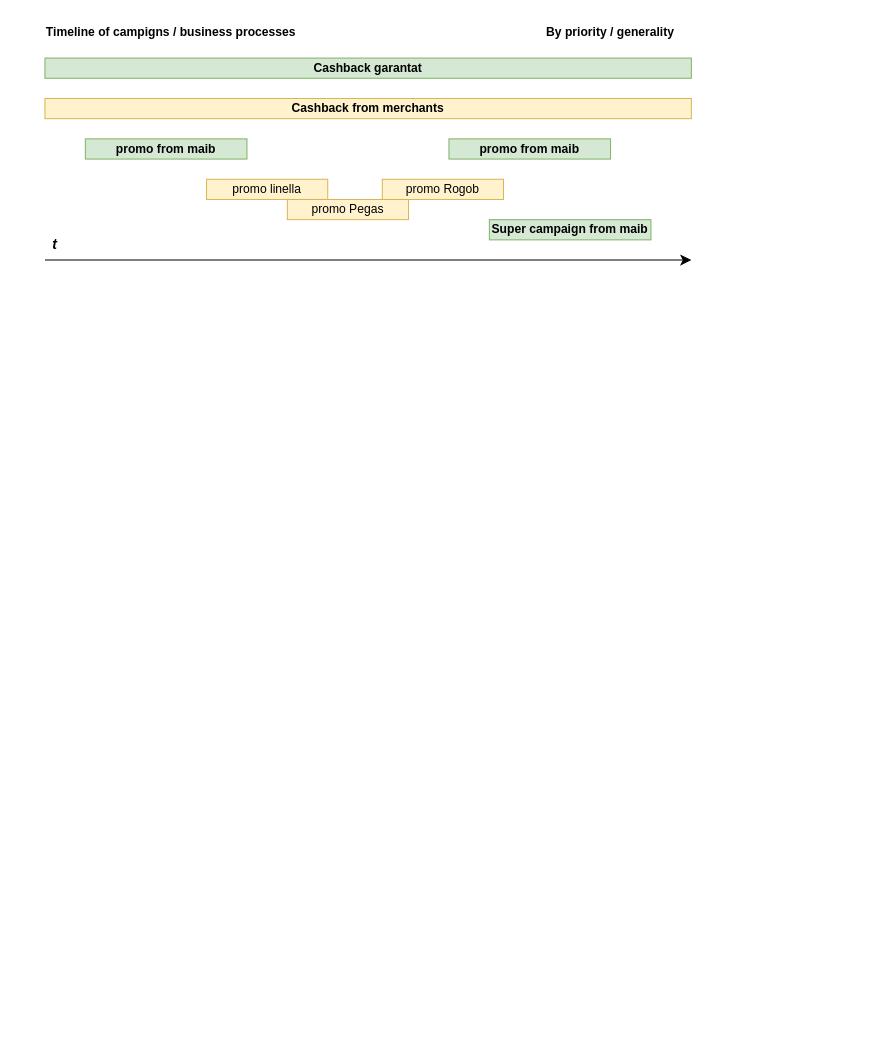
This is Диаграмма без названия.drawio from DemiusAcademius/diagrams, a draw.io file, before an edit. Source tidied: cells renumbered, new cells numbered last; positions are measured from the earlier drawing's top-left corner, leaving out a move shared by most shapes. Both pictures are drawn from the tidied source at 101%, with x=0, y=0 at pixel (44, 17).
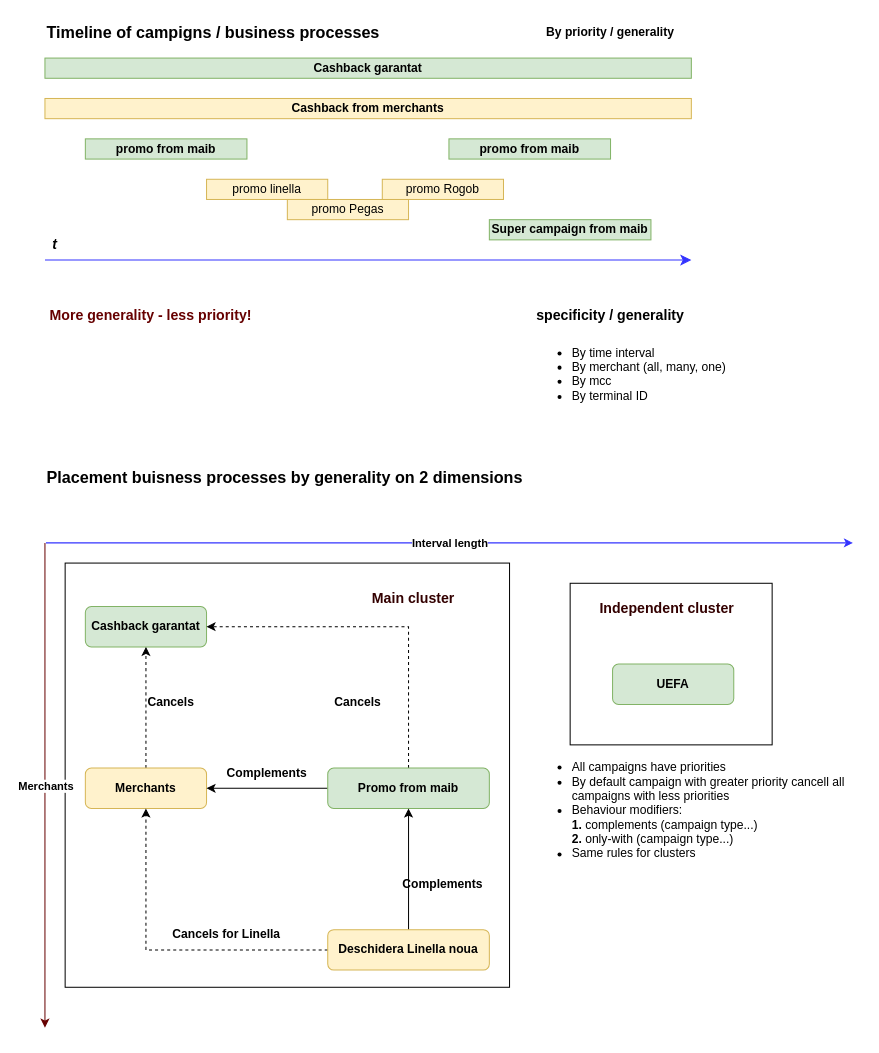
The same diagram, later.

Commit message:
Placement business rules.drawio

Diff of the diagram source:
```diff
@@
+    <mxCell id="14" style="rounded=0;whiteSpace=wrap;html=1;" parent="1" vertex="1">
+      <mxGeometry x="20" y="540" width="440" height="420" as="geometry" />
+    </mxCell>
+    <mxCell id="15" style="rounded=0;whiteSpace=wrap;html=1;" parent="1" vertex="1">
+      <mxGeometry x="520" y="560" width="200" height="160" as="geometry" />
+    </mxCell>
@@
-    <mxCell id="3" value="&lt;b&gt;Timeline of campigns / business processes&lt;/b&gt;" style="text;html=1;strokeColor=none;fillColor=none;align=center;verticalAlign=middle;whiteSpace=wrap;rounded=0;" parent="1" vertex="1">
-      <mxGeometry width="250" height="30" as="geometry" />
+    <mxCell id="3" value="&lt;b&gt;&lt;font style=&quot;font-size: 16px;&quot;&gt;Timeline of campigns / business processes&lt;/font&gt;&lt;/b&gt;" style="text;html=1;strokeColor=none;fillColor=none;align=left;verticalAlign=middle;whiteSpace=wrap;rounded=0;" parent="1" vertex="1">
+      <mxGeometry width="340" height="30" as="geometry" />
     </mxCell>
@@
-    <mxCell id="8" style="edgeStyle=elbowEdgeStyle;elbow=horizontal;endArrow=classic;html=1;curved=0;rounded=0;endSize=8;startSize=8;" parent="1" edge="1">
+    <mxCell id="8" style="edgeStyle=elbowEdgeStyle;elbow=horizontal;endArrow=classic;html=1;curved=0;rounded=0;endSize=8;startSize=8;strokeColor=#3333FF;" parent="1" edge="1">
       <mxGeometry relative="1" as="geometry">
         <mxPoint y="240" as="sourcePoint" />
         <mxPoint x="640" y="240" as="targetPoint" />
       </mxGeometry>
     </mxCell>
@@
+    <mxCell id="16" value="&lt;b&gt;&lt;font style=&quot;font-size: 14px;&quot;&gt;specificity / generality&lt;/font&gt;&lt;/b&gt;" style="text;html=1;strokeColor=none;fillColor=none;align=center;verticalAlign=middle;whiteSpace=wrap;rounded=0;" parent="1" vertex="1">
+      <mxGeometry x="480" y="280" width="160" height="30" as="geometry" />
+    </mxCell>
+    <mxCell id="17" value="&lt;b&gt;&lt;font color=&quot;#660000&quot; style=&quot;font-size: 14px;&quot;&gt;More generality - less priority!&lt;/font&gt;&lt;/b&gt;" style="text;html=1;strokeColor=none;fillColor=none;align=center;verticalAlign=middle;whiteSpace=wrap;rounded=0;" parent="1" vertex="1">
+      <mxGeometry y="280" width="210" height="30" as="geometry" />
+    </mxCell>
+    <mxCell id="18" value="&lt;ul&gt;&lt;li&gt;By time interval&lt;/li&gt;&lt;li&gt;By merchant (all, many, one)&lt;/li&gt;&lt;li&gt;By mcc&lt;/li&gt;&lt;li&gt;By terminal ID&lt;/li&gt;&lt;/ul&gt;" style="text;strokeColor=none;fillColor=none;html=1;whiteSpace=wrap;verticalAlign=middle;overflow=hidden;" parent="1" vertex="1">
+      <mxGeometry x="480" y="310" width="200" height="80" as="geometry" />
+    </mxCell>
+    <mxCell id="19" value="&lt;b&gt;&lt;font style=&quot;font-size: 16px;&quot;&gt;Placement buisness processes by generality on 2 dimensions&lt;/font&gt;&lt;/b&gt;" style="text;html=1;strokeColor=none;fillColor=none;align=left;verticalAlign=middle;whiteSpace=wrap;rounded=0;" parent="1" vertex="1">
+      <mxGeometry y="440" width="480" height="30" as="geometry" />
+    </mxCell>
+    <mxCell id="20" style="endArrow=classic;html=1;rounded=0;strokeColor=#3333FF;" parent="1" edge="1">
+      <mxGeometry relative="1" as="geometry">
+        <mxPoint x="1" y="520" as="sourcePoint" />
+        <mxPoint x="800" y="520" as="targetPoint" />
+      </mxGeometry>
+    </mxCell>
+    <mxCell id="21" value="&lt;b&gt;Interval length&lt;/b&gt;" style="edgeLabel;html=1;align=center;verticalAlign=middle;" parent="20" vertex="1">
+      <mxGeometry relative="1" as="geometry">
+        <mxPoint x="-1" as="offset" />
+      </mxGeometry>
+    </mxCell>
+    <mxCell id="22" style="endArrow=classic;html=1;rounded=0;strokeColor=#660000;" parent="1" edge="1">
+      <mxGeometry relative="1" as="geometry">
+        <mxPoint y="520" as="sourcePoint" />
+        <mxPoint y="1000" as="targetPoint" />
+      </mxGeometry>
+    </mxCell>
+    <mxCell id="23" value="&lt;b&gt;Merchants&lt;/b&gt;" style="edgeLabel;html=1;align=center;verticalAlign=middle;" parent="22" vertex="1">
+      <mxGeometry relative="1" as="geometry" />
+    </mxCell>
+    <mxCell id="24" value="&lt;b&gt;Cashback garantat&lt;/b&gt;" style="rounded=1;whiteSpace=wrap;html=1;fillColor=#d5e8d4;strokeColor=#82b366;" parent="1" vertex="1">
+      <mxGeometry x="40" y="583" width="120" height="40" as="geometry" />
+    </mxCell>
+    <mxCell id="25" style="edgeStyle=orthogonalEdgeStyle;rounded=0;jettySize=auto;html=1;entryX=0.5;entryY=1;entryDx=0;entryDy=0;dashed=1;" parent="1" edge="1" source="26" target="24">
+      <mxGeometry relative="1" as="geometry" />
+    </mxCell>
+    <mxCell id="26" value="&lt;b&gt;Merchants&lt;/b&gt;" style="rounded=1;whiteSpace=wrap;html=1;fillColor=#fff2cc;strokeColor=#d6b656;" parent="1" vertex="1">
+      <mxGeometry x="40" y="743" width="120" height="40" as="geometry" />
+    </mxCell>
+    <mxCell id="27" value="&lt;b&gt;Cancels&lt;/b&gt;" style="text;html=1;strokeColor=none;fillColor=none;align=center;verticalAlign=middle;whiteSpace=wrap;rounded=0;" parent="1" vertex="1">
+      <mxGeometry x="95" y="663" width="60" height="30" as="geometry" />
+    </mxCell>
+    <mxCell id="28" style="edgeStyle=orthogonalEdgeStyle;rounded=0;jettySize=auto;html=1;entryX=1;entryY=0.5;entryDx=0;entryDy=0;exitX=0.5;exitY=0;exitDx=0;exitDy=0;dashed=1;" parent="1" edge="1" source="30" target="24">
+      <mxGeometry relative="1" as="geometry" />
+    </mxCell>
+    <mxCell id="29" style="edgeStyle=orthogonalEdgeStyle;rounded=0;jettySize=auto;html=1;entryX=1;entryY=0.5;entryDx=0;entryDy=0;" parent="1" edge="1" source="30" target="26">
+      <mxGeometry relative="1" as="geometry" />
+    </mxCell>
+    <mxCell id="30" value="&lt;b&gt;Promo from maib&lt;/b&gt;" style="rounded=1;whiteSpace=wrap;html=1;fillColor=#d5e8d4;strokeColor=#82b366;" parent="1" vertex="1">
+      <mxGeometry x="280" y="743" width="160" height="40" as="geometry" />
+    </mxCell>
+    <mxCell id="31" value="&lt;b&gt;Cancels&lt;/b&gt;" style="text;html=1;strokeColor=none;fillColor=none;align=center;verticalAlign=middle;whiteSpace=wrap;rounded=0;" parent="1" vertex="1">
+      <mxGeometry x="280" y="663" width="60" height="30" as="geometry" />
+    </mxCell>
+    <mxCell id="32" value="&lt;b&gt;Complements&lt;/b&gt;" style="text;html=1;strokeColor=none;fillColor=none;align=center;verticalAlign=middle;whiteSpace=wrap;rounded=0;" parent="1" vertex="1">
+      <mxGeometry x="180" y="733" width="80" height="30" as="geometry" />
+    </mxCell>
+    <mxCell id="33" style="edgeStyle=orthogonalEdgeStyle;rounded=0;jettySize=auto;html=1;entryX=0.5;entryY=1;entryDx=0;entryDy=0;dashed=1;" parent="1" edge="1" source="35" target="26">
+      <mxGeometry relative="1" as="geometry" />
+    </mxCell>
+    <mxCell id="34" style="edgeStyle=orthogonalEdgeStyle;rounded=0;jettySize=auto;html=1;entryX=0.5;entryY=1;entryDx=0;entryDy=0;" parent="1" edge="1" source="35" target="30">
+      <mxGeometry relative="1" as="geometry" />
+    </mxCell>
+    <mxCell id="35" value="&lt;b&gt;Deschidera Linella noua&lt;/b&gt;" style="rounded=1;whiteSpace=wrap;html=1;fillColor=#fff2cc;strokeColor=#d6b656;" parent="1" vertex="1">
+      <mxGeometry x="280" y="903" width="160" height="40" as="geometry" />
+    </mxCell>
+    <mxCell id="36" value="&lt;b&gt;Cancels for Linella&lt;/b&gt;" style="text;html=1;strokeColor=none;fillColor=none;align=center;verticalAlign=middle;whiteSpace=wrap;rounded=0;" parent="1" vertex="1">
+      <mxGeometry x="120" y="893" width="120" height="30" as="geometry" />
+    </mxCell>
+    <mxCell id="37" value="&lt;b&gt;Complements&lt;/b&gt;" style="text;html=1;strokeColor=none;fillColor=none;align=center;verticalAlign=middle;whiteSpace=wrap;rounded=0;" parent="1" vertex="1">
+      <mxGeometry x="354" y="843" width="80" height="30" as="geometry" />
+    </mxCell>
+    <mxCell id="38" value="&lt;b&gt;UEFA&lt;/b&gt;" style="rounded=1;whiteSpace=wrap;html=1;fillColor=#d5e8d4;strokeColor=#82b366;" parent="1" vertex="1">
+      <mxGeometry x="562" y="640" width="120" height="40" as="geometry" />
+    </mxCell>
+    <mxCell id="39" value="&lt;ul&gt;&lt;li&gt;All campaigns have priorities&lt;/li&gt;&lt;li&gt;By default campaign with greater priority cancell all campaigns with less priorities&lt;/li&gt;&lt;li&gt;Behaviour modifiers: &lt;br&gt;&lt;b&gt;1. &lt;/b&gt;complements (campaign type...)&lt;br&gt;&lt;b&gt;2.&lt;/b&gt; only-with (campaign type...)&lt;/li&gt;&lt;li&gt;Same rules for clusters&lt;/li&gt;&lt;/ul&gt;" style="text;strokeColor=none;fillColor=none;html=1;whiteSpace=wrap;verticalAlign=middle;overflow=hidden;" parent="1" vertex="1">
+      <mxGeometry x="480" y="720" width="320" height="130" as="geometry" />
+    </mxCell>
+    <mxCell id="40" value="&lt;font size=&quot;1&quot; color=&quot;#330000&quot;&gt;&lt;b style=&quot;font-size: 14px;&quot;&gt;Independent cluster&lt;/b&gt;&lt;/font&gt;" style="text;html=1;strokeColor=none;fillColor=none;align=center;verticalAlign=middle;whiteSpace=wrap;rounded=0;" parent="1" vertex="1">
+      <mxGeometry x="546" y="570" width="140" height="30" as="geometry" />
+    </mxCell>
+    <mxCell id="41" value="&lt;b&gt;&lt;font style=&quot;font-size: 14px;&quot; color=&quot;#330000&quot;&gt;Main cluster&lt;/font&gt;&lt;/b&gt;" style="text;html=1;strokeColor=none;fillColor=none;align=center;verticalAlign=middle;whiteSpace=wrap;rounded=0;" parent="1" vertex="1">
+      <mxGeometry x="310" y="560" width="110" height="30" as="geometry" />
+    </mxCell>
```
